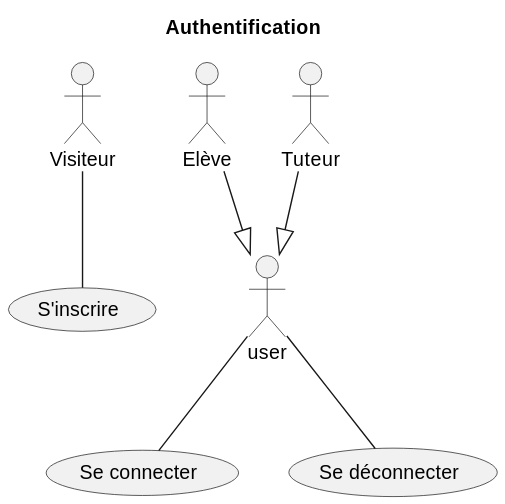
KMBCL/P3_specifications keeps this PlantUML diagram as docs/diagrams/authentication/authentication.svg. Above is the earlier version.
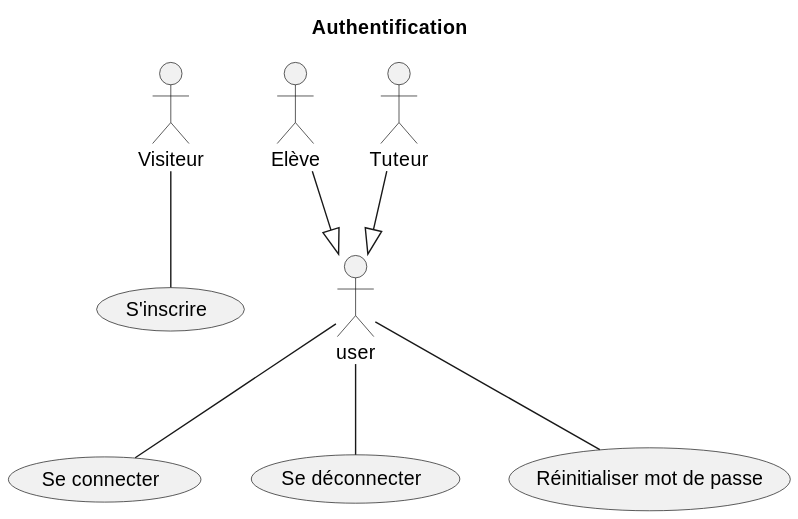
After the commit.

Commit message:
- added reset password feature

What changed in the source:
```diff
@@ -10,8 +10,10 @@
 usecase "S'inscrire" as register
 usecase "Se connecter" as login
 usecase "Se déconnecter" as logout
+usecase "Réinitialiser mot de passe" as reset_password
 
 visitor -- register
 user -- login
 user -- logout
+user -- reset_password
 @enduml
```
